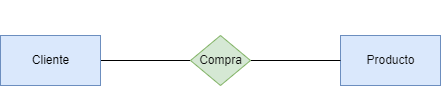
The draw.io diagram tareas/tarea-1/images/ejercicio3.drawio.png in aguemarrero/base-datos, before a commit. Source tidied: cells renumbered, new cells last; positions are measured from the earlier drawing's top-left corner, leaving out a move shared by most shapes. Its diagram source:
```xml
<mxGraphModel>
  <root>
    <mxCell id="0" />
    <mxCell id="1" parent="0" />
    <mxCell id="2" style="edgeStyle=none;html=1;entryX=0;entryY=0.5;entryDx=0;entryDy=0;fontColor=#0d0d0d;endArrow=none;endFill=0;" parent="1" edge="1" source="3" target="6">
      <mxGeometry relative="1" as="geometry" />
    </mxCell>
    <mxCell id="3" value="&lt;font color=&quot;#000000&quot;&gt;Cliente&lt;/font&gt;" style="html=1;dashed=0;whitespace=wrap;fillColor=#dae8fc;strokeColor=#6c8ebf;" parent="1" vertex="1">
      <mxGeometry y="35" width="100" height="50" as="geometry" />
    </mxCell>
    <mxCell id="4" value="&lt;font color=&quot;#0d0d0d&quot;&gt;Producto&lt;/font&gt;" style="html=1;dashed=0;whitespace=wrap;fillColor=#dae8fc;strokeColor=#6c8ebf;" parent="1" vertex="1">
      <mxGeometry x="340" y="35" width="100" height="50" as="geometry" />
    </mxCell>
    <mxCell id="5" style="edgeStyle=none;html=1;fontColor=#0d0d0d;endArrow=none;endFill=0;" parent="1" edge="1" source="6" target="4">
      <mxGeometry relative="1" as="geometry" />
    </mxCell>
    <mxCell id="6" value="&lt;font color=&quot;#0d0d0d&quot;&gt;Compra&lt;/font&gt;" style="shape=rhombus;html=1;dashed=0;whitespace=wrap;perimeter=rhombusPerimeter;fillColor=#d5e8d4;strokeColor=#82b366;" parent="1" vertex="1">
      <mxGeometry x="190" y="35" width="60" height="50" as="geometry" />
    </mxCell>
    <mxCell id="7" value="&lt;font color=&quot;#ffffff&quot;&gt;(1:N)&lt;/font&gt;" style="text;html=1;align=center;verticalAlign=middle;strokeColor=none;fillColor=none;fontColor=#0d0d0d;" parent="1" vertex="1">
      <mxGeometry x="295" y="20" width="50" height="30" as="geometry" />
    </mxCell>
    <mxCell id="8" value="(0:N)" style="text;html=1;align=center;verticalAlign=middle;strokeColor=none;fillColor=none;fontColor=#FFFFFF;" parent="1" vertex="1">
      <mxGeometry x="95" y="20" width="50" height="30" as="geometry" />
    </mxCell>
    <mxCell id="9" value="&lt;b&gt;N:M&lt;/b&gt;" style="text;html=1;align=center;verticalAlign=middle;strokeColor=none;fillColor=none;fontColor=#FFFFFF;" parent="1" vertex="1">
      <mxGeometry x="195" width="50" height="30" as="geometry" />
    </mxCell>
  </root>
</mxGraphModel>
```
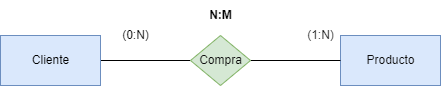
The same diagram one commit later.

The edit, as a diff of the source:
```diff
@@ -17,13 +17,13 @@
     <mxCell id="6" value="&lt;font color=&quot;#0d0d0d&quot;&gt;Compra&lt;/font&gt;" style="shape=rhombus;html=1;dashed=0;whitespace=wrap;perimeter=rhombusPerimeter;fillColor=#d5e8d4;strokeColor=#82b366;" parent="1" vertex="1">
       <mxGeometry x="190" y="35" width="60" height="50" as="geometry" />
     </mxCell>
-    <mxCell id="7" value="&lt;font color=&quot;#ffffff&quot;&gt;(1:N)&lt;/font&gt;" style="text;html=1;align=center;verticalAlign=middle;strokeColor=none;fillColor=none;fontColor=#0d0d0d;" parent="1" vertex="1">
+    <mxCell id="7" value="&lt;font color=&quot;#121212&quot;&gt;(1:N)&lt;/font&gt;" style="text;html=1;align=center;verticalAlign=middle;strokeColor=none;fillColor=none;fontColor=#0d0d0d;" parent="1" vertex="1">
       <mxGeometry x="295" y="20" width="50" height="30" as="geometry" />
     </mxCell>
-    <mxCell id="8" value="(0:N)" style="text;html=1;align=center;verticalAlign=middle;strokeColor=none;fillColor=none;fontColor=#FFFFFF;" parent="1" vertex="1">
-      <mxGeometry x="95" y="20" width="50" height="30" as="geometry" />
+    <mxCell id="8" value="&lt;font color=&quot;#000000&quot;&gt;(0:N)&lt;/font&gt;" style="text;html=1;align=center;verticalAlign=middle;strokeColor=none;fillColor=none;fontColor=#FFFFFF;" parent="1" vertex="1">
+      <mxGeometry x="110" y="20" width="50" height="30" as="geometry" />
     </mxCell>
-    <mxCell id="9" value="&lt;b&gt;N:M&lt;/b&gt;" style="text;html=1;align=center;verticalAlign=middle;strokeColor=none;fillColor=none;fontColor=#FFFFFF;" parent="1" vertex="1">
+    <mxCell id="9" value="&lt;b&gt;&lt;font color=&quot;#000000&quot;&gt;N:M&lt;/font&gt;&lt;/b&gt;" style="text;html=1;align=center;verticalAlign=middle;strokeColor=none;fillColor=none;fontColor=#FFFFFF;" parent="1" vertex="1">
       <mxGeometry x="195" width="50" height="30" as="geometry" />
     </mxCell>
   </root>
```
